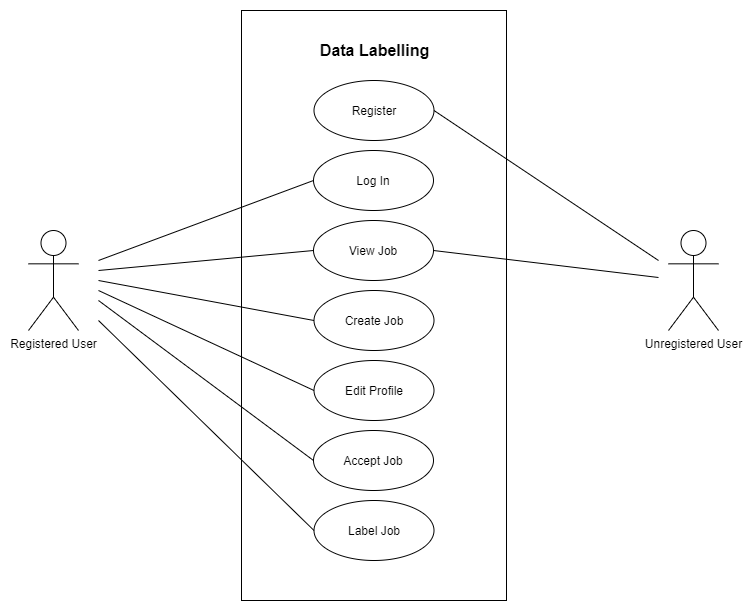
The draw.io diagram Docs/diagrams/Use Case/use-case.png in faisal2754/Web-Data-Labelling-v2, before a commit. Source tidied: cells renumbered, new cells last; positions are measured from the earlier drawing's top-left corner, leaving out a move shared by most shapes.
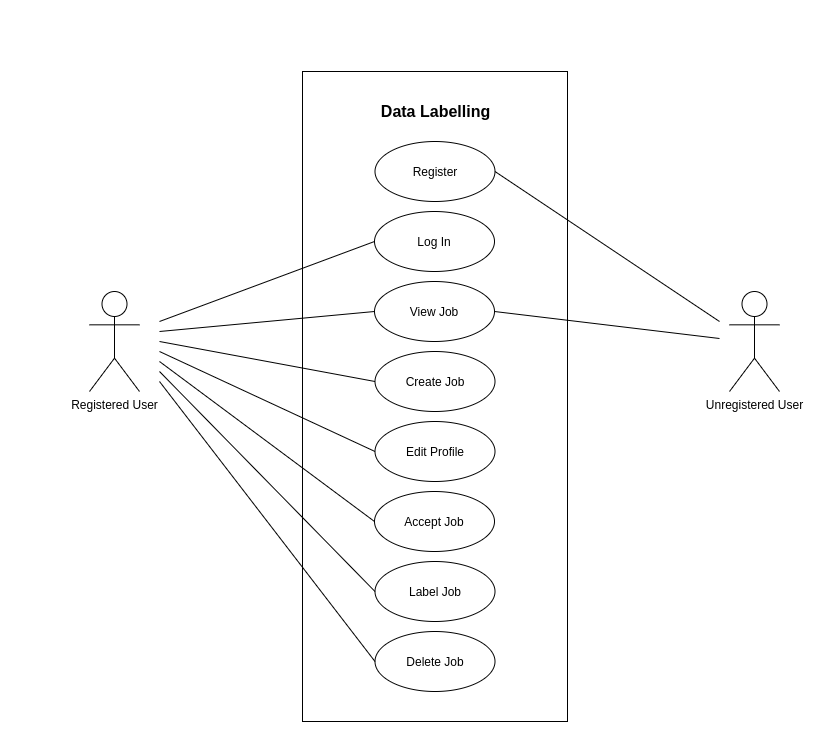
After the change.

Diff of the diagram source:
```diff
@@ -2,9 +2,9 @@
   <root>
     <mxCell id="0" />
     <mxCell id="1" parent="0" />
-    <mxCell id="2" style="rounded=0;whiteSpace=wrap;html=1;" parent="1" vertex="1">
-      <mxGeometry x="213" width="265" height="590" as="geometry" />
-    </mxCell>
+    <mxCell id="21" style="rounded=0;whiteSpace=wrap;html=1;" parent="1" vertex="1">
+      <mxGeometry x="213" width="265" height="650" as="geometry" />
+    </mxCell>
     <mxCell id="3" value="Data Labelling" style="text;html=1;align=center;verticalAlign=middle;strokeColor=none;fontStyle=1;fontSize=16;" parent="1" vertex="1">
       <mxGeometry x="280.5" y="30" width="130" height="20" as="geometry" />
     </mxCell>
@@ -17,11 +17,11 @@
     <mxCell id="6" value="View Job" style="ellipse;whiteSpace=wrap;html=1;" parent="1" vertex="1">
       <mxGeometry x="285" y="210" width="120" height="60" as="geometry" />
     </mxCell>
-    <mxCell id="7" style="rounded=0;jettySize=auto;html=1;fontSize=16;endArrow=none;endFill=0;entryX=0;entryY=0.5;entryDx=0;entryDy=0;" parent="1" edge="1" target="6">
-      <mxGeometry relative="1" as="geometry">
-        <mxPoint x="70" y="260" as="sourcePoint" />
-      </mxGeometry>
-    </mxCell>
+    <mxCell id="22" style="rounded=0;jettySize=auto;html=1;fontSize=16;endArrow=none;endFill=0;entryX=0;entryY=0.5;entryDx=0;entryDy=0;" parent="1" edge="1" target="6">
+      <mxGeometry relative="1" as="geometry">
+        <mxPoint x="70" y="260" as="sourcePoint" />
+      </mxGeometry>
+    </mxCell>
     <mxCell id="8" value="Registered User" style="shape=umlActor;verticalLabelPosition=bottom;verticalAlign=top;html=1;" parent="1" vertex="1">
       <mxGeometry y="220" width="50" height="100" as="geometry" />
     </mxCell>
@@ -34,46 +34,54 @@
     <mxCell id="11" value="Edit Profile" style="ellipse;whiteSpace=wrap;html=1;" parent="1" vertex="1">
       <mxGeometry x="285.5" y="350" width="120" height="60" as="geometry" />
     </mxCell>
-    <mxCell id="12" style="rounded=0;jettySize=auto;html=1;fontSize=16;endArrow=none;endFill=0;entryX=0;entryY=0.5;entryDx=0;entryDy=0;" parent="1" edge="1" target="5">
-      <mxGeometry relative="1" as="geometry">
-        <mxPoint x="70" y="250" as="sourcePoint" />
-      </mxGeometry>
-    </mxCell>
-    <mxCell id="13" style="rounded=0;jettySize=auto;html=1;fontSize=16;endArrow=none;endFill=0;entryX=0;entryY=0.5;entryDx=0;entryDy=0;" parent="1" edge="1" target="10">
-      <mxGeometry relative="1" as="geometry">
-        <mxPoint x="70" y="270" as="sourcePoint" />
-      </mxGeometry>
-    </mxCell>
-    <mxCell id="14" style="rounded=0;jettySize=auto;html=1;fontSize=16;endArrow=none;endFill=0;entryX=0;entryY=0.5;entryDx=0;entryDy=0;" parent="1" edge="1" target="11">
-      <mxGeometry relative="1" as="geometry">
-        <mxPoint x="70" y="280" as="sourcePoint" />
-      </mxGeometry>
-    </mxCell>
-    <mxCell id="15" style="rounded=0;jettySize=auto;html=1;fontSize=16;endArrow=none;endFill=0;exitX=1;exitY=0.5;exitDx=0;exitDy=0;" parent="1" edge="1" source="4">
-      <mxGeometry relative="1" as="geometry">
-        <mxPoint x="630" y="250" as="targetPoint" />
-      </mxGeometry>
-    </mxCell>
-    <mxCell id="16" style="rounded=0;jettySize=auto;html=1;fontSize=16;endArrow=none;endFill=0;exitX=1;exitY=0.5;exitDx=0;exitDy=0;" parent="1" edge="1" source="6">
-      <mxGeometry relative="1" as="geometry">
-        <mxPoint x="630" y="267" as="targetPoint" />
-      </mxGeometry>
-    </mxCell>
+    <mxCell id="23" style="rounded=0;jettySize=auto;html=1;fontSize=16;endArrow=none;endFill=0;entryX=0;entryY=0.5;entryDx=0;entryDy=0;" parent="1" edge="1" target="5">
+      <mxGeometry relative="1" as="geometry">
+        <mxPoint x="70" y="250" as="sourcePoint" />
+      </mxGeometry>
+    </mxCell>
+    <mxCell id="24" style="rounded=0;jettySize=auto;html=1;fontSize=16;endArrow=none;endFill=0;entryX=0;entryY=0.5;entryDx=0;entryDy=0;" parent="1" edge="1" target="10">
+      <mxGeometry relative="1" as="geometry">
+        <mxPoint x="70" y="270" as="sourcePoint" />
+      </mxGeometry>
+    </mxCell>
+    <mxCell id="25" style="rounded=0;jettySize=auto;html=1;fontSize=16;endArrow=none;endFill=0;entryX=0;entryY=0.5;entryDx=0;entryDy=0;" parent="1" edge="1" target="11">
+      <mxGeometry relative="1" as="geometry">
+        <mxPoint x="70" y="280" as="sourcePoint" />
+      </mxGeometry>
+    </mxCell>
+    <mxCell id="26" style="rounded=0;jettySize=auto;html=1;fontSize=16;endArrow=none;endFill=0;exitX=1;exitY=0.5;exitDx=0;exitDy=0;" parent="1" edge="1" source="4">
+      <mxGeometry relative="1" as="geometry">
+        <mxPoint x="630" y="250" as="targetPoint" />
+      </mxGeometry>
+    </mxCell>
+    <mxCell id="27" style="rounded=0;jettySize=auto;html=1;fontSize=16;endArrow=none;endFill=0;exitX=1;exitY=0.5;exitDx=0;exitDy=0;" parent="1" edge="1" source="6">
+      <mxGeometry relative="1" as="geometry">
+        <mxPoint x="630" y="267" as="targetPoint" />
+      </mxGeometry>
+    </mxCell>
     <mxCell id="17" value="Accept Job" style="ellipse;whiteSpace=wrap;html=1;" parent="1" vertex="1">
       <mxGeometry x="285" y="420" width="120" height="60" as="geometry" />
     </mxCell>
-    <mxCell id="18" style="rounded=0;jettySize=auto;html=1;fontSize=16;endArrow=none;endFill=0;entryX=0;entryY=0.5;entryDx=0;entryDy=0;" parent="1" edge="1" target="17">
-      <mxGeometry relative="1" as="geometry">
-        <mxPoint x="70" y="290" as="sourcePoint" />
-      </mxGeometry>
-    </mxCell>
+    <mxCell id="28" style="rounded=0;jettySize=auto;html=1;fontSize=16;endArrow=none;endFill=0;entryX=0;entryY=0.5;entryDx=0;entryDy=0;" parent="1" edge="1" target="17">
+      <mxGeometry relative="1" as="geometry">
+        <mxPoint x="70" y="290" as="sourcePoint" />
+      </mxGeometry>
+    </mxCell>
     <mxCell id="19" value="Label Job" style="ellipse;whiteSpace=wrap;html=1;" parent="1" vertex="1">
       <mxGeometry x="285.5" y="490" width="120" height="60" as="geometry" />
     </mxCell>
-    <mxCell id="20" style="rounded=0;jettySize=auto;html=1;fontSize=16;endArrow=none;endFill=0;entryX=0;entryY=0.5;entryDx=0;entryDy=0;" parent="1" edge="1" target="19">
-      <mxGeometry relative="1" as="geometry">
-        <mxPoint x="70" y="310" as="sourcePoint" />
-      </mxGeometry>
-    </mxCell>
+    <mxCell id="29" style="rounded=0;jettySize=auto;html=1;fontSize=16;endArrow=none;endFill=0;entryX=0;entryY=0.5;entryDx=0;entryDy=0;" parent="1" edge="1" target="19">
+      <mxGeometry relative="1" as="geometry">
+        <mxPoint x="70" y="300" as="sourcePoint" />
+      </mxGeometry>
+    </mxCell>
+    <mxCell id="30" value="Delete Job" style="ellipse;whiteSpace=wrap;html=1;" parent="1" vertex="1">
+      <mxGeometry x="285.5" y="560" width="120" height="60" as="geometry" />
+    </mxCell>
+    <mxCell id="31" style="rounded=0;jettySize=auto;html=1;fontSize=16;endArrow=none;endFill=0;entryX=0;entryY=0.5;entryDx=0;entryDy=0;" parent="1" edge="1" target="30">
+      <mxGeometry relative="1" as="geometry">
+        <mxPoint x="70" y="310" as="sourcePoint" />
+      </mxGeometry>
+    </mxCell>
   </root>
 </mxGraphModel>
```
